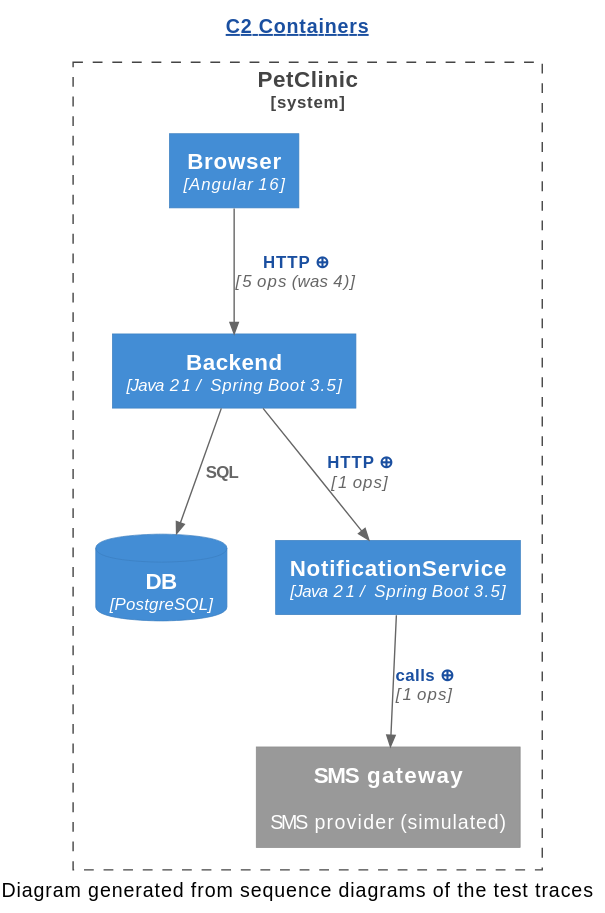
This is demo/demo/assets/c2/C2-Containers.diff.svg from Winandvdb/human-review, a PlantUML export, as it was before one commit.
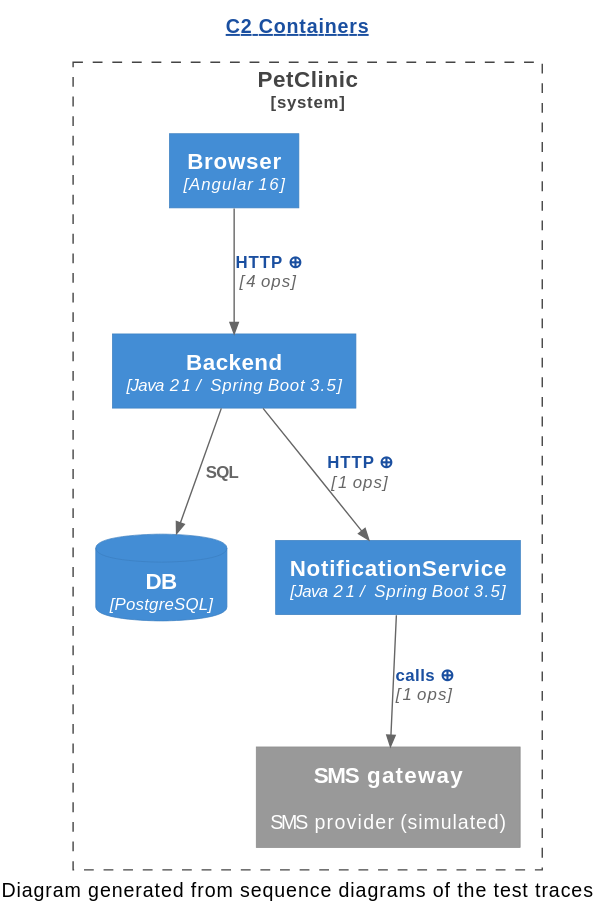
The same file after the commit.

The edit, as a diff of the source:
```diff
@@ -13,7 +13,7 @@
 }
 Rel(Backend, DB, "SQL", "")
 Rel(Backend, NotificationService, "[[genseq://c2-279a196c9d{Click for the calls behind this line} HTTP ⊕]]", "1 ops")
-Rel(Browser, Backend, "[[genseq://c2-fb35163739{Click for the calls behind this line} HTTP ⊕]]", "5 ops (was 4)")
+Rel(Browser, Backend, "[[genseq://c2-43d2943456{Click for the calls behind this line} HTTP ⊕]]", "4 ops")
 Rel(NotificationService, SMS_gateway, "[[genseq://c2-cb01a30b7a{Click for the calls behind this line} calls ⊕]]", "1 ops")
 caption Diagram generated from sequence diagrams of the test traces
 @enduml
```
